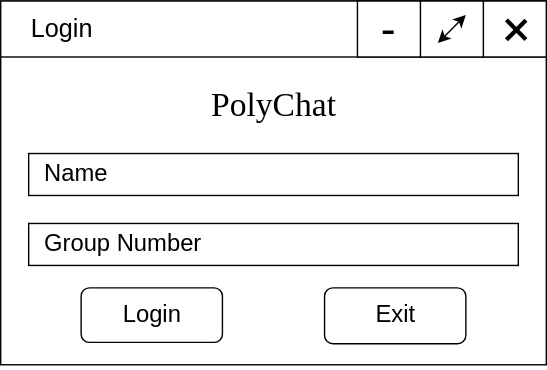
This is doc/pic/README/widget_login.svg from NekoSilverFox/PolyChat, a draw.io export, as it was before one commit. Source tidied: cells renumbered, new cells last; positions are measured from the earlier drawing's top-left corner, leaving out a move shared by most shapes.
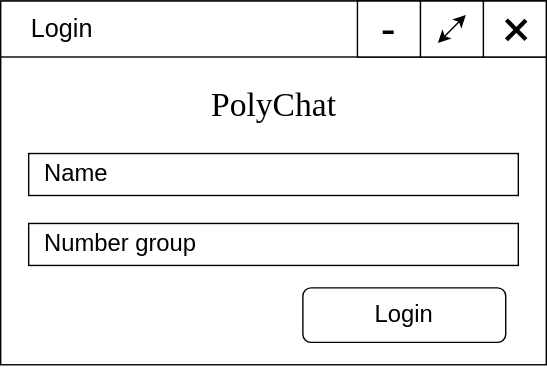
The same file after the commit.

Diff of the diagram source:
```diff
@@ -60,10 +60,7 @@
       <mxGeometry x="127.5" y="60" width="135" height="30" as="geometry" />
     </mxCell>
     <mxCell id="17" value="&lt;font face=&quot;Helvetica&quot;&gt;Login&lt;/font&gt;" style="rounded=1;whiteSpace=wrap;html=1;fontFamily=Comic Sans MS;fontSize=17;" parent="1" vertex="1">
-      <mxGeometry x="57.5" y="205" width="101" height="39" as="geometry" />
+      <mxGeometry x="216" y="205" width="145" height="39" as="geometry" />
     </mxCell>
-    <mxCell id="18" value="&lt;font face=&quot;Helvetica&quot;&gt;Exit&lt;/font&gt;" style="rounded=1;whiteSpace=wrap;html=1;fontFamily=Comic Sans MS;fontSize=17;" parent="1" vertex="1">
-      <mxGeometry x="231.5" y="205" width="101" height="40" as="geometry" />
-    </mxCell>
   </root>
 </mxGraphModel>
```
